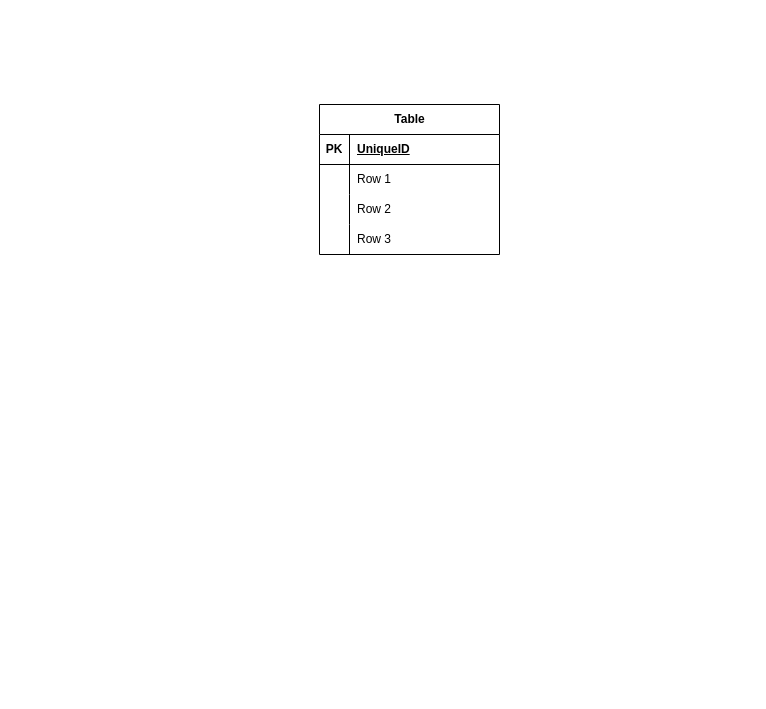
This is Schema.drawio from Aaronmx1/sec_financials_project, a draw.io file, before an edit. Source tidied: cells renumbered, new cells numbered last; positions are measured from the earlier drawing's top-left corner, leaving out a move shared by most shapes. Both pictures are drawn from the tidied source at 100%, with x=0, y=0 at pixel (319, 104).
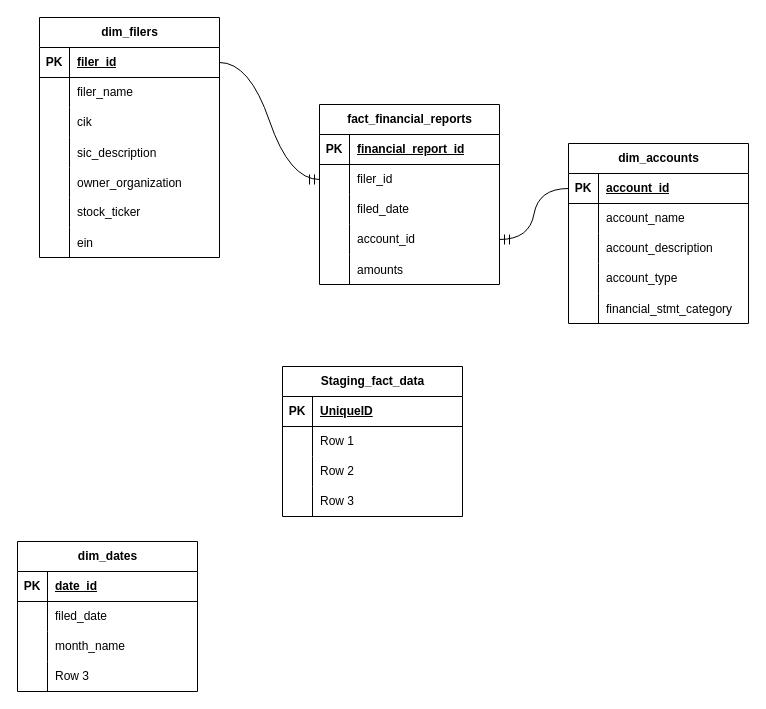
After the change.

Commit message (it also covers changes not shown here):
Add dim and fact ingestion/cleaning scripts, data files, and README.md

The change refers to these unchanged cells:
```xml
<mxCell id="3" style="shape=tableRow;horizontal=0;startSize=0;swimlaneHead=0;swimlaneBody=0;fillColor=none;top=0;left=0;right=0;bottom=1;" parent="2" vertex="1">
  <mxGeometry y="30" width="180" height="30" as="geometry" />
</mxCell>
<mxCell id="6" style="shape=tableRow;horizontal=0;startSize=0;swimlaneHead=0;swimlaneBody=0;fillColor=none;points=[[0,0.5],[1,0.5]];portConstraint=eastwest;top=0;left=0;right=0;bottom=0;" parent="2" vertex="1">
  <mxGeometry y="60" width="180" height="30" as="geometry" />
</mxCell>
<mxCell id="9" style="shape=tableRow;horizontal=0;startSize=0;swimlaneHead=0;swimlaneBody=0;fillColor=none;top=0;left=0;right=0;bottom=0;" parent="2" vertex="1">
  <mxGeometry y="90" width="180" height="30" as="geometry" />
</mxCell>
<mxCell id="12" style="shape=tableRow;horizontal=0;startSize=0;swimlaneHead=0;swimlaneBody=0;fillColor=none;points=[[0,0.5],[1,0.5]];portConstraint=eastwest;top=0;left=0;right=0;bottom=0;" parent="2" vertex="1">
  <mxGeometry y="120" width="180" height="30" as="geometry" />
</mxCell>
```

What changed in the source:
```diff
@@
-    <mxCell id="2" value="Table" style="shape=table;startSize=30;childLayout=tableLayout;rowLines=0;fontStyle=1;align=center;html=1;" parent="1" vertex="1">
-      <mxGeometry width="180" height="150" as="geometry" />
+    <mxCell id="2" value="fact_financial_reports" style="shape=table;startSize=30;childLayout=tableLayout;rowLines=0;fontStyle=1;align=center;html=1;" parent="1" vertex="1">
+      <mxGeometry width="180" height="180" as="geometry" />
     </mxCell>
@@
-    <mxCell id="5" value="UniqueID" style="shape=partialRectangle;fillColor=none;top=0;left=0;bottom=0;right=0;align=left;spacingLeft=6;fontStyle=5;overflow=hidden;whiteSpace=wrap;html=1;" parent="3" vertex="1">
+    <mxCell id="5" value="financial_report_id" style="shape=partialRectangle;fillColor=none;top=0;left=0;bottom=0;right=0;align=left;spacingLeft=6;fontStyle=5;overflow=hidden;whiteSpace=wrap;html=1;" parent="3" vertex="1">
       <mxGeometry x="30" width="150" height="30" as="geometry" />
     </mxCell>
@@
-    <mxCell id="8" value="Row 1" style="shape=partialRectangle;fillColor=none;top=0;left=0;bottom=0;right=0;align=left;spacingLeft=6;overflow=hidden;whiteSpace=wrap;html=1;" parent="6" vertex="1">
+    <mxCell id="8" value="filer_id" style="shape=partialRectangle;fillColor=none;top=0;left=0;bottom=0;right=0;align=left;spacingLeft=6;overflow=hidden;whiteSpace=wrap;html=1;" parent="6" vertex="1">
       <mxGeometry x="30" width="150" height="30" as="geometry" />
     </mxCell>
@@
-    <mxCell id="11" value="Row 2" style="shape=partialRectangle;fillColor=none;top=0;left=0;bottom=0;right=0;align=left;spacingLeft=6;overflow=hidden;whiteSpace=wrap;html=1;" parent="9" vertex="1">
+    <mxCell id="11" value="filed_date" style="shape=partialRectangle;fillColor=none;top=0;left=0;bottom=0;right=0;align=left;spacingLeft=6;overflow=hidden;whiteSpace=wrap;html=1;" parent="9" vertex="1">
       <mxGeometry x="30" width="150" height="30" as="geometry" />
     </mxCell>
@@
-    <mxCell id="14" value="Row 3" style="shape=partialRectangle;fillColor=none;top=0;left=0;bottom=0;right=0;align=left;spacingLeft=6;overflow=hidden;whiteSpace=wrap;html=1;" parent="12" vertex="1">
+    <mxCell id="14" value="account_id" style="shape=partialRectangle;fillColor=none;top=0;left=0;bottom=0;right=0;align=left;spacingLeft=6;overflow=hidden;whiteSpace=wrap;html=1;" parent="12" vertex="1">
       <mxGeometry x="30" width="150" height="30" as="geometry" />
     </mxCell>
+    <mxCell id="15" style="shape=tableRow;horizontal=0;startSize=0;swimlaneHead=0;swimlaneBody=0;fillColor=none;top=0;left=0;right=0;bottom=0;" parent="2" vertex="1">
+      <mxGeometry y="150" width="180" height="30" as="geometry" />
+    </mxCell>
+    <mxCell id="16" style="shape=partialRectangle;fillColor=none;top=0;left=0;bottom=0;right=0;overflow=hidden;" parent="15" vertex="1">
+      <mxGeometry width="30" height="30" as="geometry" />
+    </mxCell>
+    <mxCell id="17" value="amounts" style="shape=partialRectangle;fillColor=none;top=0;left=0;bottom=0;right=0;align=left;spacingLeft=6;overflow=hidden;" parent="15" vertex="1">
+      <mxGeometry x="30" width="150" height="30" as="geometry" />
+    </mxCell>
+    <mxCell id="18" value="dim_accounts" style="shape=table;startSize=30;childLayout=tableLayout;rowLines=0;fontStyle=1;align=center;html=1;" parent="1" vertex="1">
+      <mxGeometry x="249" y="39" width="180" height="180" as="geometry" />
+    </mxCell>
+    <mxCell id="19" style="shape=tableRow;horizontal=0;startSize=0;swimlaneHead=0;swimlaneBody=0;fillColor=none;points=[[0,0.5],[1,0.5]];portConstraint=eastwest;top=0;left=0;right=0;bottom=1;" parent="18" vertex="1">
+      <mxGeometry y="30" width="180" height="30" as="geometry" />
+    </mxCell>
+    <mxCell id="20" value="PK" style="shape=partialRectangle;fillColor=none;top=0;left=0;bottom=0;right=0;fontStyle=1;overflow=hidden;whiteSpace=wrap;html=1;" parent="19" vertex="1">
+      <mxGeometry width="30" height="30" as="geometry" />
+    </mxCell>
+    <mxCell id="21" value="account_id" style="shape=partialRectangle;fillColor=none;top=0;left=0;bottom=0;right=0;align=left;spacingLeft=6;fontStyle=5;overflow=hidden;whiteSpace=wrap;html=1;" parent="19" vertex="1">
+      <mxGeometry x="30" width="150" height="30" as="geometry" />
+    </mxCell>
+    <mxCell id="22" style="shape=tableRow;horizontal=0;startSize=0;swimlaneHead=0;swimlaneBody=0;fillColor=none;top=0;left=0;right=0;bottom=0;" parent="18" vertex="1">
+      <mxGeometry y="60" width="180" height="30" as="geometry" />
+    </mxCell>
+    <mxCell id="23" style="shape=partialRectangle;fillColor=none;top=0;left=0;bottom=0;right=0;overflow=hidden;whiteSpace=wrap;html=1;" parent="22" vertex="1">
+      <mxGeometry width="30" height="30" as="geometry" />
+    </mxCell>
+    <mxCell id="24" value="account_name" style="shape=partialRectangle;fillColor=none;top=0;left=0;bottom=0;right=0;align=left;spacingLeft=6;overflow=hidden;whiteSpace=wrap;html=1;" parent="22" vertex="1">
+      <mxGeometry x="30" width="150" height="30" as="geometry" />
+    </mxCell>
+    <mxCell id="25" style="shape=tableRow;horizontal=0;startSize=0;swimlaneHead=0;swimlaneBody=0;fillColor=none;top=0;left=0;right=0;bottom=0;" parent="18" vertex="1">
+      <mxGeometry y="90" width="180" height="30" as="geometry" />
+    </mxCell>
+    <mxCell id="26" style="shape=partialRectangle;fillColor=none;top=0;left=0;bottom=0;right=0;overflow=hidden;whiteSpace=wrap;html=1;" parent="25" vertex="1">
+      <mxGeometry width="30" height="30" as="geometry" />
+    </mxCell>
+    <mxCell id="27" value="account_description" style="shape=partialRectangle;fillColor=none;top=0;left=0;bottom=0;right=0;align=left;spacingLeft=6;overflow=hidden;whiteSpace=wrap;html=1;" parent="25" vertex="1">
+      <mxGeometry x="30" width="150" height="30" as="geometry" />
+    </mxCell>
+    <mxCell id="28" style="shape=tableRow;horizontal=0;startSize=0;swimlaneHead=0;swimlaneBody=0;fillColor=none;top=0;left=0;right=0;bottom=0;" parent="18" vertex="1">
+      <mxGeometry y="120" width="180" height="30" as="geometry" />
+    </mxCell>
+    <mxCell id="29" style="shape=partialRectangle;fillColor=none;top=0;left=0;bottom=0;right=0;overflow=hidden;whiteSpace=wrap;html=1;" parent="28" vertex="1">
+      <mxGeometry width="30" height="30" as="geometry" />
+    </mxCell>
+    <mxCell id="30" value="account_type" style="shape=partialRectangle;fillColor=none;top=0;left=0;bottom=0;right=0;align=left;spacingLeft=6;overflow=hidden;whiteSpace=wrap;html=1;" parent="28" vertex="1">
+      <mxGeometry x="30" width="150" height="30" as="geometry" />
+    </mxCell>
+    <mxCell id="31" style="shape=tableRow;horizontal=0;startSize=0;swimlaneHead=0;swimlaneBody=0;fillColor=none;top=0;left=0;right=0;bottom=0;" parent="18" vertex="1">
+      <mxGeometry y="150" width="180" height="30" as="geometry" />
+    </mxCell>
+    <mxCell id="32" style="shape=partialRectangle;fillColor=none;top=0;left=0;bottom=0;right=0;overflow=hidden;" parent="31" vertex="1">
+      <mxGeometry width="30" height="30" as="geometry" />
+    </mxCell>
+    <mxCell id="33" value="financial_stmt_category" style="shape=partialRectangle;fillColor=none;top=0;left=0;bottom=0;right=0;align=left;spacingLeft=6;overflow=hidden;" parent="31" vertex="1">
+      <mxGeometry x="30" width="150" height="30" as="geometry" />
+    </mxCell>
+    <mxCell id="34" style="edgeStyle=entityRelationEdgeStyle;fontSize=12;html=1;endArrow=ERmandOne;rounded=0;startSize=8;endSize=8;curved=1;entryX=1;entryY=0.5;entryDx=0;entryDy=0;exitX=0;exitY=0.5;exitDx=0;exitDy=0;" parent="1" edge="1" source="19" target="12">
+      <mxGeometry relative="1" as="geometry" />
+    </mxCell>
+    <mxCell id="35" value="dim_filers" style="shape=table;startSize=30;childLayout=tableLayout;rowLines=0;fontStyle=1;align=center;html=1;" parent="1" vertex="1">
+      <mxGeometry x="-280" y="-87" width="180" height="240" as="geometry" />
+    </mxCell>
+    <mxCell id="36" style="shape=tableRow;horizontal=0;startSize=0;swimlaneHead=0;swimlaneBody=0;fillColor=none;points=[[0,0.5],[1,0.5]];portConstraint=eastwest;top=0;left=0;right=0;bottom=1;" parent="35" vertex="1">
+      <mxGeometry y="30" width="180" height="30" as="geometry" />
+    </mxCell>
+    <mxCell id="37" value="PK" style="shape=partialRectangle;fillColor=none;top=0;left=0;bottom=0;right=0;fontStyle=1;overflow=hidden;whiteSpace=wrap;html=1;" parent="36" vertex="1">
+      <mxGeometry width="30" height="30" as="geometry" />
+    </mxCell>
+    <mxCell id="38" value="filer_id" style="shape=partialRectangle;fillColor=none;top=0;left=0;bottom=0;right=0;align=left;spacingLeft=6;fontStyle=5;overflow=hidden;whiteSpace=wrap;html=1;" parent="36" vertex="1">
+      <mxGeometry x="30" width="150" height="30" as="geometry" />
+    </mxCell>
+    <mxCell id="39" style="shape=tableRow;horizontal=0;startSize=0;swimlaneHead=0;swimlaneBody=0;fillColor=none;top=0;left=0;right=0;bottom=0;" parent="35" vertex="1">
+      <mxGeometry y="60" width="180" height="30" as="geometry" />
+    </mxCell>
+    <mxCell id="40" style="shape=partialRectangle;fillColor=none;top=0;left=0;bottom=0;right=0;overflow=hidden;whiteSpace=wrap;html=1;" parent="39" vertex="1">
+      <mxGeometry width="30" height="30" as="geometry" />
+    </mxCell>
+    <mxCell id="41" value="filer_name" style="shape=partialRectangle;fillColor=none;top=0;left=0;bottom=0;right=0;align=left;spacingLeft=6;overflow=hidden;whiteSpace=wrap;html=1;" parent="39" vertex="1">
+      <mxGeometry x="30" width="150" height="30" as="geometry" />
+    </mxCell>
+    <mxCell id="42" style="shape=tableRow;horizontal=0;startSize=0;swimlaneHead=0;swimlaneBody=0;fillColor=none;top=0;left=0;right=0;bottom=0;" parent="35" vertex="1">
+      <mxGeometry y="90" width="180" height="30" as="geometry" />
+    </mxCell>
+    <mxCell id="43" style="shape=partialRectangle;fillColor=none;top=0;left=0;bottom=0;right=0;overflow=hidden;whiteSpace=wrap;html=1;" parent="42" vertex="1">
+      <mxGeometry width="30" height="30" as="geometry" />
+    </mxCell>
+    <mxCell id="44" value="cik" style="shape=partialRectangle;fillColor=none;top=0;left=0;bottom=0;right=0;align=left;spacingLeft=6;overflow=hidden;whiteSpace=wrap;html=1;" parent="42" vertex="1">
+      <mxGeometry x="30" width="150" height="30" as="geometry" />
+    </mxCell>
+    <mxCell id="45" style="shape=tableRow;horizontal=0;startSize=0;swimlaneHead=0;swimlaneBody=0;fillColor=none;top=0;left=0;right=0;bottom=0;" parent="35" vertex="1">
+      <mxGeometry y="120" width="180" height="30" as="geometry" />
+    </mxCell>
+    <mxCell id="46" style="shape=partialRectangle;fillColor=none;top=0;left=0;bottom=0;right=0;overflow=hidden;" parent="45" vertex="1">
+      <mxGeometry width="30" height="30" as="geometry" />
+    </mxCell>
+    <mxCell id="47" value="sic_description" style="shape=partialRectangle;fillColor=none;top=0;left=0;bottom=0;right=0;align=left;spacingLeft=6;overflow=hidden;" parent="45" vertex="1">
+      <mxGeometry x="30" width="150" height="30" as="geometry" />
+    </mxCell>
+    <mxCell id="48" style="shape=tableRow;horizontal=0;startSize=0;swimlaneHead=0;swimlaneBody=0;fillColor=none;top=0;left=0;right=0;bottom=0;" parent="35" vertex="1">
+      <mxGeometry y="150" width="180" height="30" as="geometry" />
+    </mxCell>
+    <mxCell id="49" style="shape=partialRectangle;fillColor=none;top=0;left=0;bottom=0;right=0;overflow=hidden;" parent="48" vertex="1">
+      <mxGeometry width="30" height="30" as="geometry" />
+    </mxCell>
+    <mxCell id="50" value="owner_organization" style="shape=partialRectangle;fillColor=none;top=0;left=0;bottom=0;right=0;align=left;spacingLeft=6;overflow=hidden;" parent="48" vertex="1">
+      <mxGeometry x="30" width="150" height="30" as="geometry" />
+    </mxCell>
+    <mxCell id="51" style="shape=tableRow;horizontal=0;startSize=0;swimlaneHead=0;swimlaneBody=0;fillColor=none;top=0;left=0;right=0;bottom=0;" parent="35" vertex="1">
+      <mxGeometry y="180" width="180" height="30" as="geometry" />
+    </mxCell>
+    <mxCell id="52" style="shape=partialRectangle;fillColor=none;top=0;left=0;bottom=0;right=0;overflow=hidden;whiteSpace=wrap;html=1;" parent="51" vertex="1">
+      <mxGeometry width="30" height="30" as="geometry" />
+    </mxCell>
+    <mxCell id="53" value="stock_ticker" style="shape=partialRectangle;fillColor=none;top=0;left=0;bottom=0;right=0;align=left;spacingLeft=6;overflow=hidden;whiteSpace=wrap;html=1;" parent="51" vertex="1">
+      <mxGeometry x="30" width="150" height="30" as="geometry" />
+    </mxCell>
+    <mxCell id="54" style="shape=tableRow;horizontal=0;startSize=0;swimlaneHead=0;swimlaneBody=0;fillColor=none;top=0;left=0;right=0;bottom=0;" parent="35" vertex="1">
+      <mxGeometry y="210" width="180" height="30" as="geometry" />
+    </mxCell>
+    <mxCell id="55" style="shape=partialRectangle;fillColor=none;top=0;left=0;bottom=0;right=0;overflow=hidden;" parent="54" vertex="1">
+      <mxGeometry width="30" height="30" as="geometry" />
+    </mxCell>
+    <mxCell id="56" value="ein" style="shape=partialRectangle;fillColor=none;top=0;left=0;bottom=0;right=0;align=left;spacingLeft=6;overflow=hidden;" parent="54" vertex="1">
+      <mxGeometry x="30" width="150" height="30" as="geometry" />
+    </mxCell>
+    <mxCell id="57" style="edgeStyle=entityRelationEdgeStyle;fontSize=12;html=1;endArrow=ERmandOne;rounded=0;startSize=8;endSize=8;curved=1;entryX=0;entryY=0.5;entryDx=0;entryDy=0;exitX=1;exitY=0.5;exitDx=0;exitDy=0;" parent="1" edge="1" source="36" target="6">
+      <mxGeometry relative="1" as="geometry" />
+    </mxCell>
+    <mxCell id="58" value="dim_dates" style="shape=table;startSize=30;childLayout=tableLayout;rowLines=0;fontStyle=1;align=center;html=1;" parent="1" vertex="1">
+      <mxGeometry x="-302" y="437" width="180" height="150" as="geometry" />
+    </mxCell>
+    <mxCell id="59" style="shape=tableRow;horizontal=0;startSize=0;swimlaneHead=0;swimlaneBody=0;fillColor=none;top=0;left=0;right=0;bottom=1;" parent="58" vertex="1">
+      <mxGeometry y="30" width="180" height="30" as="geometry" />
+    </mxCell>
+    <mxCell id="60" value="PK" style="shape=partialRectangle;fillColor=none;top=0;left=0;bottom=0;right=0;fontStyle=1;overflow=hidden;whiteSpace=wrap;html=1;" parent="59" vertex="1">
+      <mxGeometry width="30" height="30" as="geometry" />
+    </mxCell>
+    <mxCell id="61" value="date_id" style="shape=partialRectangle;fillColor=none;top=0;left=0;bottom=0;right=0;align=left;spacingLeft=6;fontStyle=5;overflow=hidden;whiteSpace=wrap;html=1;" parent="59" vertex="1">
+      <mxGeometry x="30" width="150" height="30" as="geometry" />
+    </mxCell>
+    <mxCell id="62" style="shape=tableRow;horizontal=0;startSize=0;swimlaneHead=0;swimlaneBody=0;fillColor=none;top=0;left=0;right=0;bottom=0;" parent="58" vertex="1">
+      <mxGeometry y="60" width="180" height="30" as="geometry" />
+    </mxCell>
+    <mxCell id="63" style="shape=partialRectangle;fillColor=none;top=0;left=0;bottom=0;right=0;overflow=hidden;whiteSpace=wrap;html=1;" parent="62" vertex="1">
+      <mxGeometry width="30" height="30" as="geometry" />
+    </mxCell>
+    <mxCell id="64" value="filed_date" style="shape=partialRectangle;fillColor=none;top=0;left=0;bottom=0;right=0;align=left;spacingLeft=6;overflow=hidden;whiteSpace=wrap;html=1;" parent="62" vertex="1">
+      <mxGeometry x="30" width="150" height="30" as="geometry" />
+    </mxCell>
+    <mxCell id="65" style="shape=tableRow;horizontal=0;startSize=0;swimlaneHead=0;swimlaneBody=0;fillColor=none;top=0;left=0;right=0;bottom=0;" parent="58" vertex="1">
+      <mxGeometry y="90" width="180" height="30" as="geometry" />
+    </mxCell>
+    <mxCell id="66" style="shape=partialRectangle;fillColor=none;top=0;left=0;bottom=0;right=0;overflow=hidden;whiteSpace=wrap;html=1;" parent="65" vertex="1">
+      <mxGeometry width="30" height="30" as="geometry" />
+    </mxCell>
+    <mxCell id="67" value="month_name" style="shape=partialRectangle;fillColor=none;top=0;left=0;bottom=0;right=0;align=left;spacingLeft=6;overflow=hidden;whiteSpace=wrap;html=1;" parent="65" vertex="1">
+      <mxGeometry x="30" width="150" height="30" as="geometry" />
+    </mxCell>
+    <mxCell id="68" style="shape=tableRow;horizontal=0;startSize=0;swimlaneHead=0;swimlaneBody=0;fillColor=none;top=0;left=0;right=0;bottom=0;" parent="58" vertex="1">
+      <mxGeometry y="120" width="180" height="30" as="geometry" />
+    </mxCell>
+    <mxCell id="69" style="shape=partialRectangle;fillColor=none;top=0;left=0;bottom=0;right=0;overflow=hidden;whiteSpace=wrap;html=1;" parent="68" vertex="1">
+      <mxGeometry width="30" height="30" as="geometry" />
+    </mxCell>
+    <mxCell id="70" value="Row 3" style="shape=partialRectangle;fillColor=none;top=0;left=0;bottom=0;right=0;align=left;spacingLeft=6;overflow=hidden;whiteSpace=wrap;html=1;" parent="68" vertex="1">
+      <mxGeometry x="30" width="150" height="30" as="geometry" />
+    </mxCell>
+    <mxCell id="71" value="Staging_fact_data" style="shape=table;startSize=30;childLayout=tableLayout;rowLines=0;fontStyle=1;align=center;html=1;" parent="1" vertex="1">
+      <mxGeometry x="-37" y="262" width="180" height="150" as="geometry" />
+    </mxCell>
+    <mxCell id="72" style="shape=tableRow;horizontal=0;startSize=0;swimlaneHead=0;swimlaneBody=0;fillColor=none;top=0;left=0;right=0;bottom=1;" parent="71" vertex="1">
+      <mxGeometry y="30" width="180" height="30" as="geometry" />
+    </mxCell>
+    <mxCell id="73" value="PK" style="shape=partialRectangle;fillColor=none;top=0;left=0;bottom=0;right=0;fontStyle=1;overflow=hidden;whiteSpace=wrap;html=1;" parent="72" vertex="1">
+      <mxGeometry width="30" height="30" as="geometry" />
+    </mxCell>
+    <mxCell id="74" value="UniqueID" style="shape=partialRectangle;fillColor=none;top=0;left=0;bottom=0;right=0;align=left;spacingLeft=6;fontStyle=5;overflow=hidden;whiteSpace=wrap;html=1;" parent="72" vertex="1">
+      <mxGeometry x="30" width="150" height="30" as="geometry" />
+    </mxCell>
+    <mxCell id="75" style="shape=tableRow;horizontal=0;startSize=0;swimlaneHead=0;swimlaneBody=0;fillColor=none;top=0;left=0;right=0;bottom=0;" parent="71" vertex="1">
+      <mxGeometry y="60" width="180" height="30" as="geometry" />
+    </mxCell>
+    <mxCell id="76" style="shape=partialRectangle;fillColor=none;top=0;left=0;bottom=0;right=0;overflow=hidden;whiteSpace=wrap;html=1;" parent="75" vertex="1">
+      <mxGeometry width="30" height="30" as="geometry" />
+    </mxCell>
+    <mxCell id="77" value="Row 1" style="shape=partialRectangle;fillColor=none;top=0;left=0;bottom=0;right=0;align=left;spacingLeft=6;overflow=hidden;whiteSpace=wrap;html=1;" parent="75" vertex="1">
+      <mxGeometry x="30" width="150" height="30" as="geometry" />
+    </mxCell>
+    <mxCell id="78" style="shape=tableRow;horizontal=0;startSize=0;swimlaneHead=0;swimlaneBody=0;fillColor=none;top=0;left=0;right=0;bottom=0;" parent="71" vertex="1">
+      <mxGeometry y="90" width="180" height="30" as="geometry" />
+    </mxCell>
+    <mxCell id="79" style="shape=partialRectangle;fillColor=none;top=0;left=0;bottom=0;right=0;overflow=hidden;whiteSpace=wrap;html=1;" parent="78" vertex="1">
+      <mxGeometry width="30" height="30" as="geometry" />
+    </mxCell>
+    <mxCell id="80" value="Row 2" style="shape=partialRectangle;fillColor=none;top=0;left=0;bottom=0;right=0;align=left;spacingLeft=6;overflow=hidden;whiteSpace=wrap;html=1;" parent="78" vertex="1">
+      <mxGeometry x="30" width="150" height="30" as="geometry" />
+    </mxCell>
+    <mxCell id="81" style="shape=tableRow;horizontal=0;startSize=0;swimlaneHead=0;swimlaneBody=0;fillColor=none;top=0;left=0;right=0;bottom=0;" parent="71" vertex="1">
+      <mxGeometry y="120" width="180" height="30" as="geometry" />
+    </mxCell>
+    <mxCell id="82" style="shape=partialRectangle;fillColor=none;top=0;left=0;bottom=0;right=0;overflow=hidden;whiteSpace=wrap;html=1;" parent="81" vertex="1">
+      <mxGeometry width="30" height="30" as="geometry" />
+    </mxCell>
+    <mxCell id="83" value="Row 3" style="shape=partialRectangle;fillColor=none;top=0;left=0;bottom=0;right=0;align=left;spacingLeft=6;overflow=hidden;whiteSpace=wrap;html=1;" parent="81" vertex="1">
+      <mxGeometry x="30" width="150" height="30" as="geometry" />
+    </mxCell>
```
